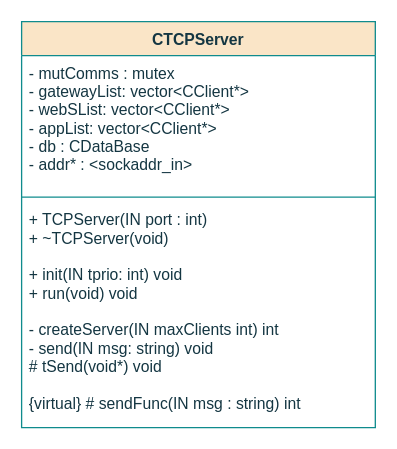
ESRGgroup9/slipad keeps this draw.io diagram as page "CTCPServer" (1 of 4) of documentation/flowcharts/RS/Classes.drawio. Above is the earlier version. Source tidied: cells renumbered, new cells numbered last; positions are measured from the earlier drawing's top-left corner, leaving out a move shared by most shapes. Both pictures are drawn from the tidied source at 131%, with x=0, y=0 at pixel (21, 21).
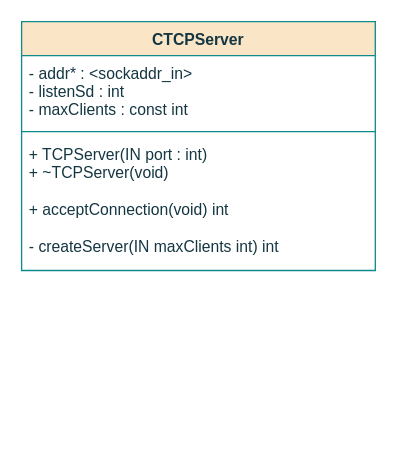
Above is the later version.

The edit, as a diff of the source:
```diff
@@
 <mxGraphModel>
   <root>
     <mxCell id="0" />
     <mxCell id="1" parent="0" />
     <mxCell id="2" value="CTCPServer" style="swimlane;fontStyle=1;align=center;verticalAlign=top;horizontal=1;startSize=26;fillColor=#FAE5C7;strokeColor=#0F8B8D;fontColor=#143642;" parent="1" vertex="1">
-      <mxGeometry width="270" height="310" as="geometry" />
+      <mxGeometry width="270" height="190" as="geometry" />
     </mxCell>
-    <mxCell id="3" value="-  mutComms : mutex&#10;- gatewayList: vector&lt;CClient*&gt;&#10;- webSList: vector&lt;CClient*&gt;&#10;- appList: vector&lt;CClient*&gt;&#10;- db : CDataBase&#10;- addr* : &lt;sockaddr_in&gt;" style="text;strokeColor=none;fillColor=none;align=left;verticalAlign=top;spacingLeft=4;spacingRight=4;overflow=hidden;fontColor=#143642;" parent="2" vertex="1">
-      <mxGeometry y="26" width="270" height="104" as="geometry" />
-    </mxCell>
-    <mxCell id="4" style="line;strokeWidth=1;fillColor=none;align=left;verticalAlign=middle;spacingTop=-1;spacingLeft=3;spacingRight=3;labelPosition=right;labelBackgroundColor=#DAD2D8;strokeColor=#0F8B8D;fontColor=#143642;" parent="2" vertex="1">
-      <mxGeometry y="130" width="270" height="8" as="geometry" />
-    </mxCell>
-    <mxCell id="5" value="+ TCPServer(IN port : int)&#10;+ ~TCPServer(void)&#10;&#10;+ init(IN  tprio: int) void&#10;+ run(void) void&#10;&#10;- createServer(IN maxClients int) int &#10;- send(IN msg: string) void&#10;# tSend(void*) void&#10;&#10;{virtual} # sendFunc(IN msg : string) int " style="text;strokeColor=none;fillColor=none;align=left;verticalAlign=top;spacingLeft=4;spacingRight=4;overflow=hidden;fontColor=#143642;" parent="2" vertex="1">
-      <mxGeometry y="138" width="270" height="172" as="geometry" />
-    </mxCell>
+    <mxCell id="6" value="- addr* : &lt;sockaddr_in&gt;&#10;- listenSd : int&#10;- maxClients : const int&#10;" style="text;strokeColor=none;fillColor=none;align=left;verticalAlign=top;spacingLeft=4;spacingRight=4;overflow=hidden;fontColor=#143642;" parent="2" vertex="1">
+      <mxGeometry y="26" width="270" height="54" as="geometry" />
+    </mxCell>
+    <mxCell id="7" style="line;strokeWidth=1;fillColor=none;align=left;verticalAlign=middle;spacingTop=-1;spacingLeft=3;spacingRight=3;labelPosition=right;labelBackgroundColor=#DAD2D8;strokeColor=#0F8B8D;fontColor=#143642;" parent="2" vertex="1">
+      <mxGeometry y="80" width="270" height="8" as="geometry" />
+    </mxCell>
+    <mxCell id="8" value="+ TCPServer(IN port : int)&#10;+ ~TCPServer(void)&#10;&#10;+ acceptConnection(void) int&#10;&#10;- createServer(IN maxClients int) int " style="text;strokeColor=none;fillColor=none;align=left;verticalAlign=top;spacingLeft=4;spacingRight=4;overflow=hidden;fontColor=#143642;" parent="2" vertex="1">
+      <mxGeometry y="88" width="270" height="102" as="geometry" />
+    </mxCell>
   </root>
 </mxGraphModel>
```
